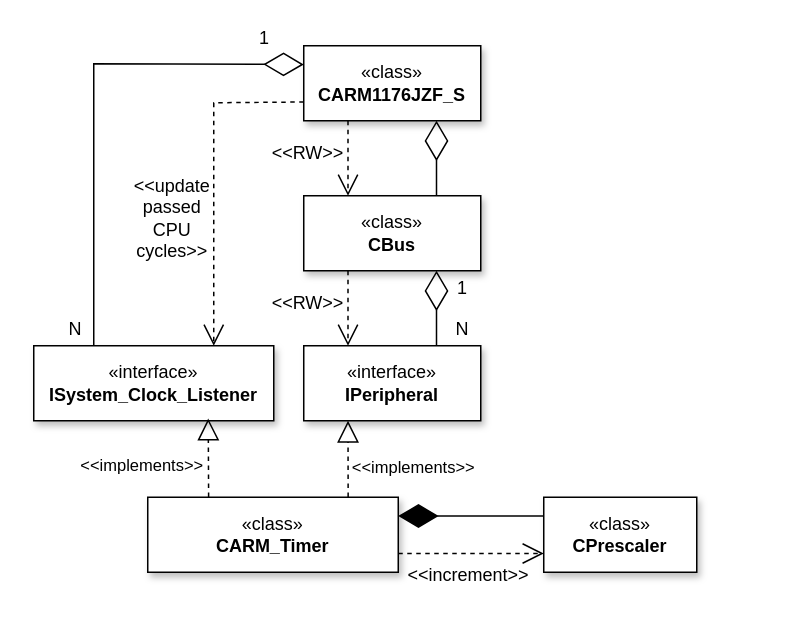
This is docs/diagrams/peripherals/arm_timer/arm_timer.drawio from silhavyj/ZeroMate, a draw.io file, before an edit. Source tidied: cells renumbered, new cells numbered last; positions are measured from the earlier drawing's top-left corner, leaving out a move shared by most shapes. Both pictures are drawn from the tidied source at 150%, with x=0, y=0 at pixel (33, 30).
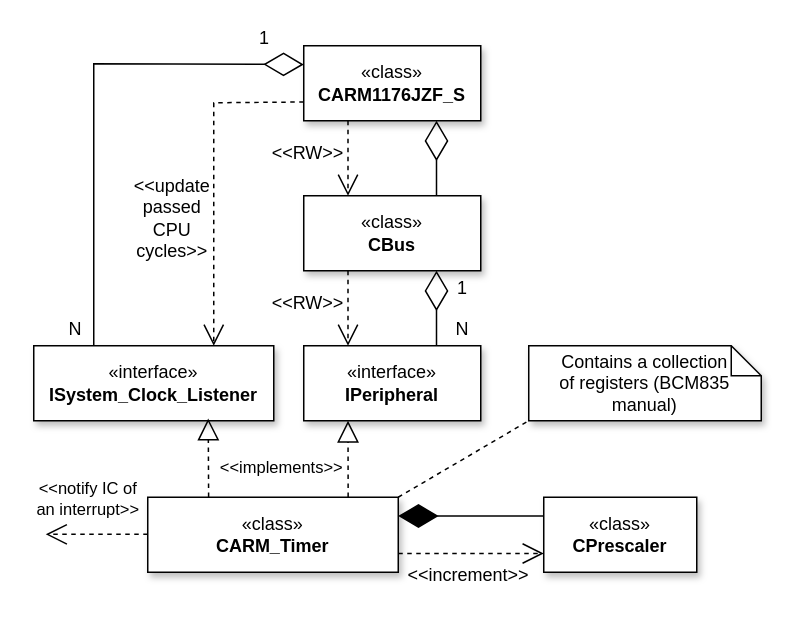
The same page after the edit.

Commit message (it also covers changes not shown here):
Modified UML diagrams

The change refers to these unchanged cells:
```xml
<mxCell id="6" value="«class»&lt;br&gt;&lt;b&gt;CARM_Timer&lt;/b&gt;" style="html=1;whiteSpace=wrap;fontFamily=Computer Modern;shadow=1;" parent="1" vertex="1">
  <mxGeometry x="76" y="311" width="167" height="50" as="geometry" />
</mxCell>
<mxCell id="8" style="endArrow=block;dashed=1;endFill=0;endSize=12;html=1;rounded=0;entryX=0.727;entryY=0.971;entryDx=0;entryDy=0;fontFamily=Computer Modern;entryPerimeter=0;exitX=0.243;exitY=-0.004;exitDx=0;exitDy=0;exitPerimeter=0;" parent="1" edge="1" source="6" target="3">
  <mxGeometry relative="1" as="geometry" />
</mxCell>
<mxCell id="10" style="endArrow=block;dashed=1;endFill=0;endSize=12;html=1;rounded=0;fontFamily=Computer Modern;exitX=0.8;exitY=-0.002;exitDx=0;exitDy=0;entryX=0.25;entryY=1;entryDx=0;entryDy=0;exitPerimeter=0;" parent="1" edge="1" source="6" target="4">
  <mxGeometry relative="1" as="geometry" />
</mxCell>
```

Change to the diagram source:
```diff
@@
-    <mxCell id="9" value="&amp;lt;&amp;lt;implements&amp;gt;&amp;gt;" style="edgeLabel;html=1;align=center;verticalAlign=middle;fontFamily=Computer Modern;" parent="8" vertex="1">
-      <mxGeometry x="-0.25" y="-2" relative="1" as="geometry">
-        <mxPoint x="-47" y="-1" as="offset" />
-      </mxGeometry>
-    </mxCell>
@@
     <mxCell id="11" value="&amp;lt;&amp;lt;implements&amp;gt;&amp;gt;" style="edgeLabel;html=1;align=center;verticalAlign=middle;fontFamily=Computer Modern;" parent="10" vertex="1">
       <mxGeometry x="-0.25" y="-2" relative="1" as="geometry">
-        <mxPoint x="41" y="-1" as="offset" />
+        <mxPoint x="-47" y="-1" as="offset" />
       </mxGeometry>
     </mxCell>
@@
+    <mxCell id="28" value="Contains a collection &lt;br&gt;of registers (BCM835 manual)" style="shape=note;size=20;whiteSpace=wrap;html=1;shadow=1;fontFamily=Computer Modern;" parent="1" vertex="1">
+      <mxGeometry x="330" y="210" width="155" height="50" as="geometry" />
+    </mxCell>
+    <mxCell id="29" style="endArrow=none;dashed=1;html=1;rounded=0;entryX=0;entryY=1;entryDx=0;entryDy=0;entryPerimeter=0;exitX=1;exitY=0;exitDx=0;exitDy=0;" parent="1" edge="1" source="6" target="28">
+      <mxGeometry relative="1" as="geometry" />
+    </mxCell>
+    <mxCell id="30" style="endArrow=open;endSize=12;dashed=1;html=1;rounded=0;exitX=0;exitY=0.5;exitDx=0;exitDy=0;" parent="1" edge="1">
+      <mxGeometry relative="1" as="geometry">
+        <mxPoint x="76" y="335.7" as="sourcePoint" />
+        <mxPoint x="8" y="335.7" as="targetPoint" />
+      </mxGeometry>
+    </mxCell>
+    <mxCell id="31" value="&amp;lt;&amp;lt;notify IC of &lt;br&gt;an interrupt&amp;gt;&amp;gt;" style="edgeLabel;html=1;align=center;verticalAlign=middle;fontFamily=Computer Modern;" parent="1" vertex="1">
+      <mxGeometry x="43" y="311" as="geometry">
+        <mxPoint x="-8" as="offset" />
+      </mxGeometry>
+    </mxCell>
```
